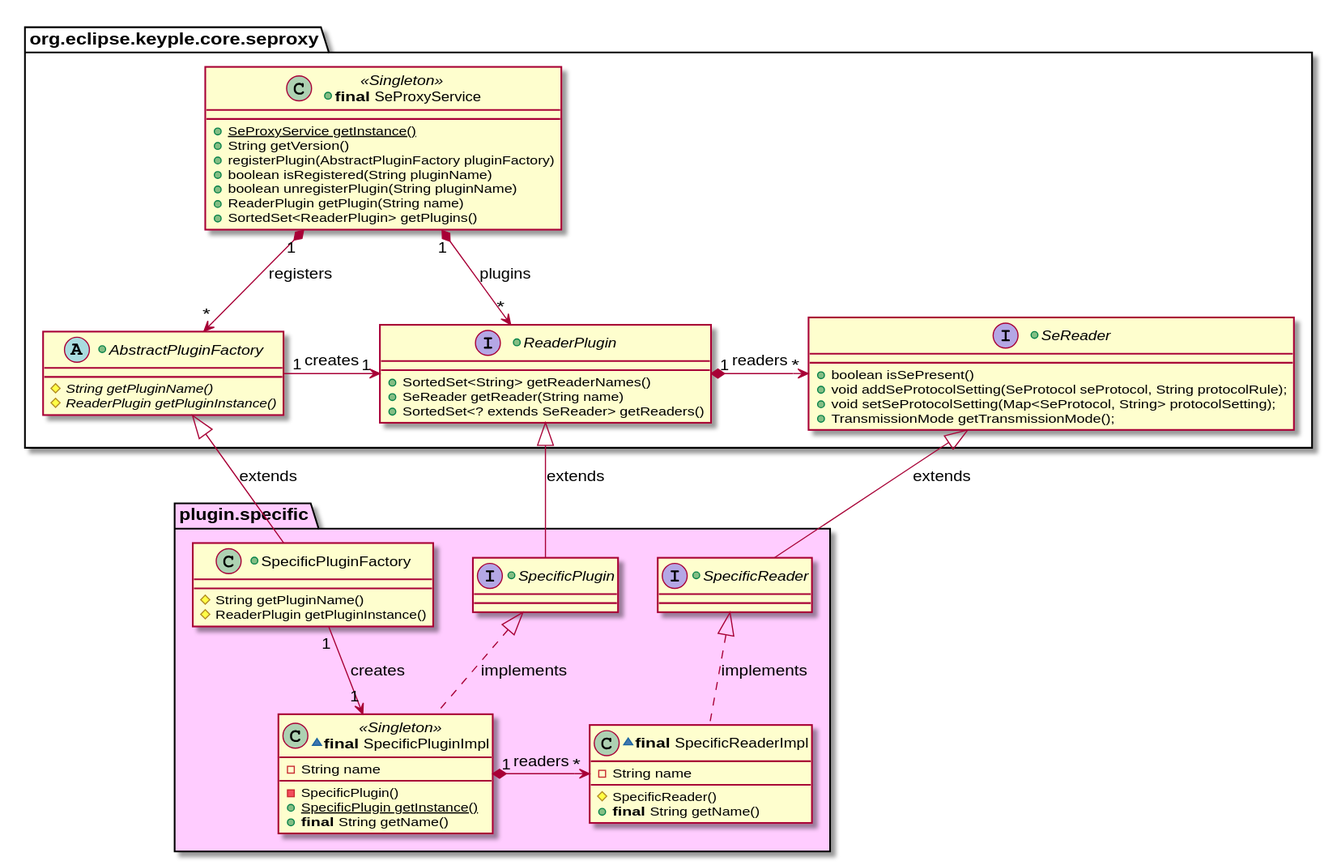
Earlier version of the PlantUML export docs/img/KeypleCore-1-SE_Proxy-PluginSetting.svg (eclipse-keyple/keyple-java).
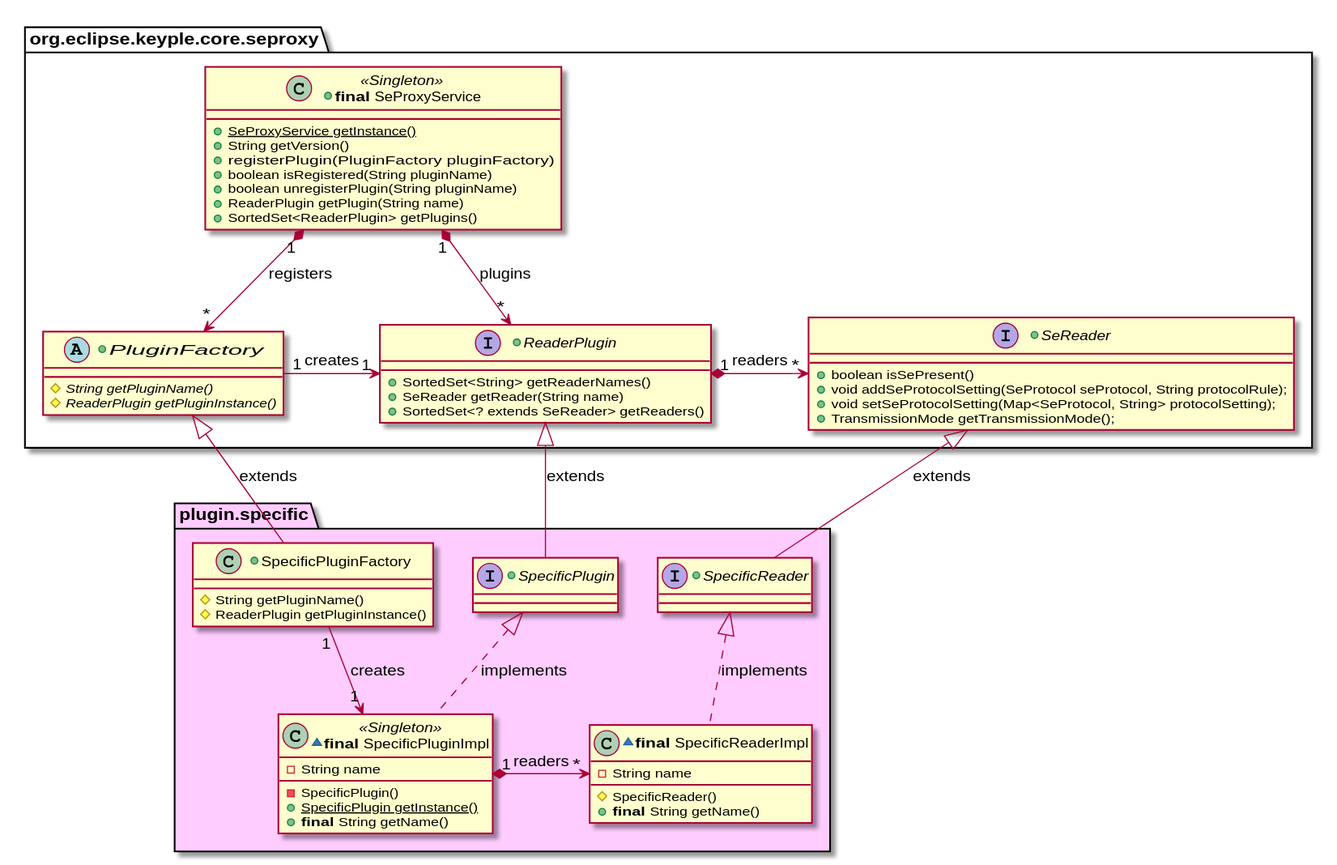
Above is the later version.

The edit, as a diff of the source:
```diff
@@ -4,14 +4,14 @@
 +class "<b>final</b> SeProxyService" as SeProxyService << Singleton >> {
 	+{static}SeProxyService getInstance()
 	+String getVersion()
-	+registerPlugin(AbstractPluginFactory pluginFactory)
+	+registerPlugin(PluginFactory pluginFactory)
 	+boolean isRegistered(String pluginName)
 	+boolean unregisterPlugin(String pluginName)
 	+ReaderPlugin getPlugin(String name)
 	+SortedSet<ReaderPlugin> getPlugins()
 }
 
-+abstract AbstractPluginFactory {
++abstract PluginFactory {
 	{abstract} #String getPluginName()
 	{abstract} #ReaderPlugin getPluginInstance()
 }
@@ -30,9 +30,9 @@
 }
 
 SeProxyService "1" *-down-> "*" ReaderPlugin : plugins
-SeProxyService "1" *--> "*" AbstractPluginFactory : registers
+SeProxyService "1" *--> "*" PluginFactory : registers
 ReaderPlugin "1" *-right-> "*" SeReader : readers
-AbstractPluginFactory "1" -right-> "1" ReaderPlugin : creates
+PluginFactory "1" -right-> "1" ReaderPlugin : creates
 }
 
 package plugin.specific #FFCCFF {
@@ -61,7 +61,7 @@
 }
 }
 
-AbstractPluginFactory <|-- SpecificPluginFactory : extends
+PluginFactory <|-- SpecificPluginFactory : extends
 ReaderPlugin <|-- SpecificPlugin : extends
 SeReader <|-- SpecificReader : extends
 
```
